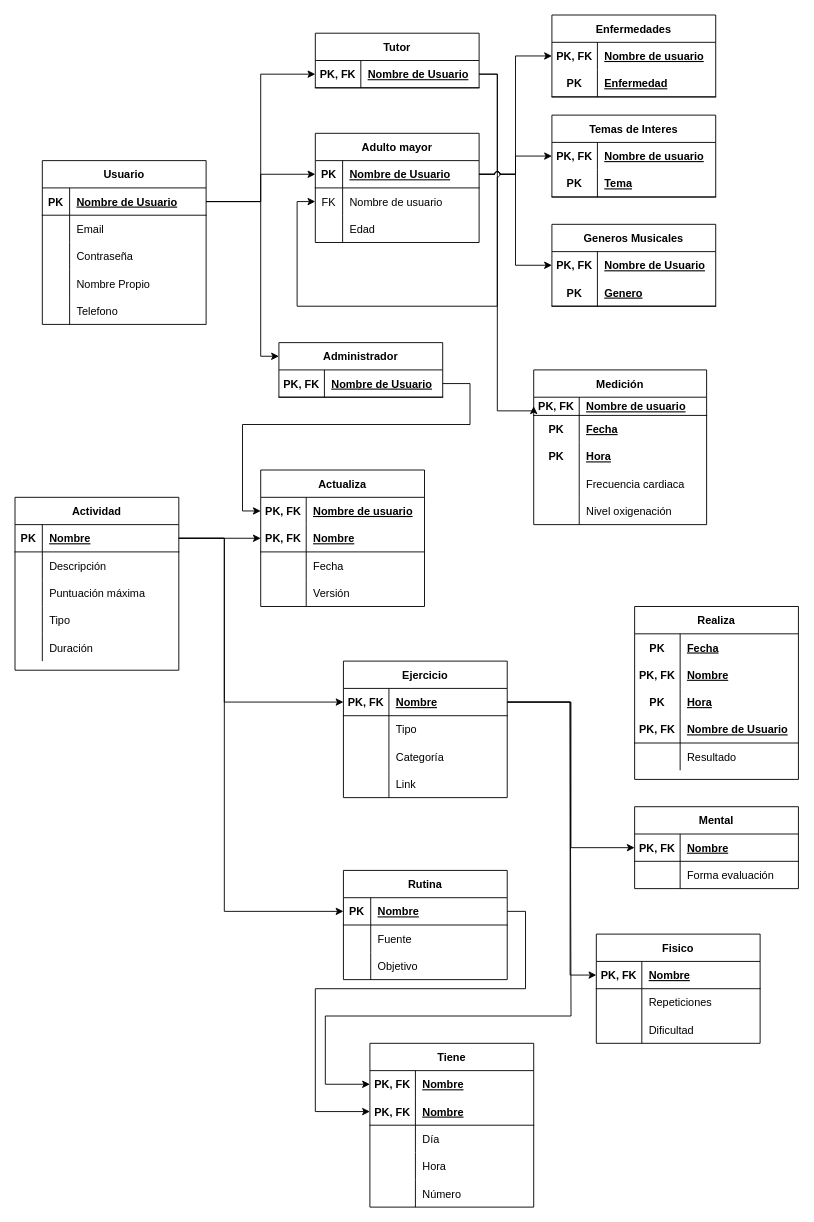
Before: page "Relacional" (2 of 4) of TrabajoTerminal.drawio in Christ-Veg/IngDeSoftware, a draw.io diagram. Source tidied: cells renumbered, new cells numbered last; positions are measured from the earlier drawing's top-left corner, leaving out a move shared by most shapes. Both pictures are drawn from the tidied source at 91%, with x=0, y=0 at pixel (15, 15).
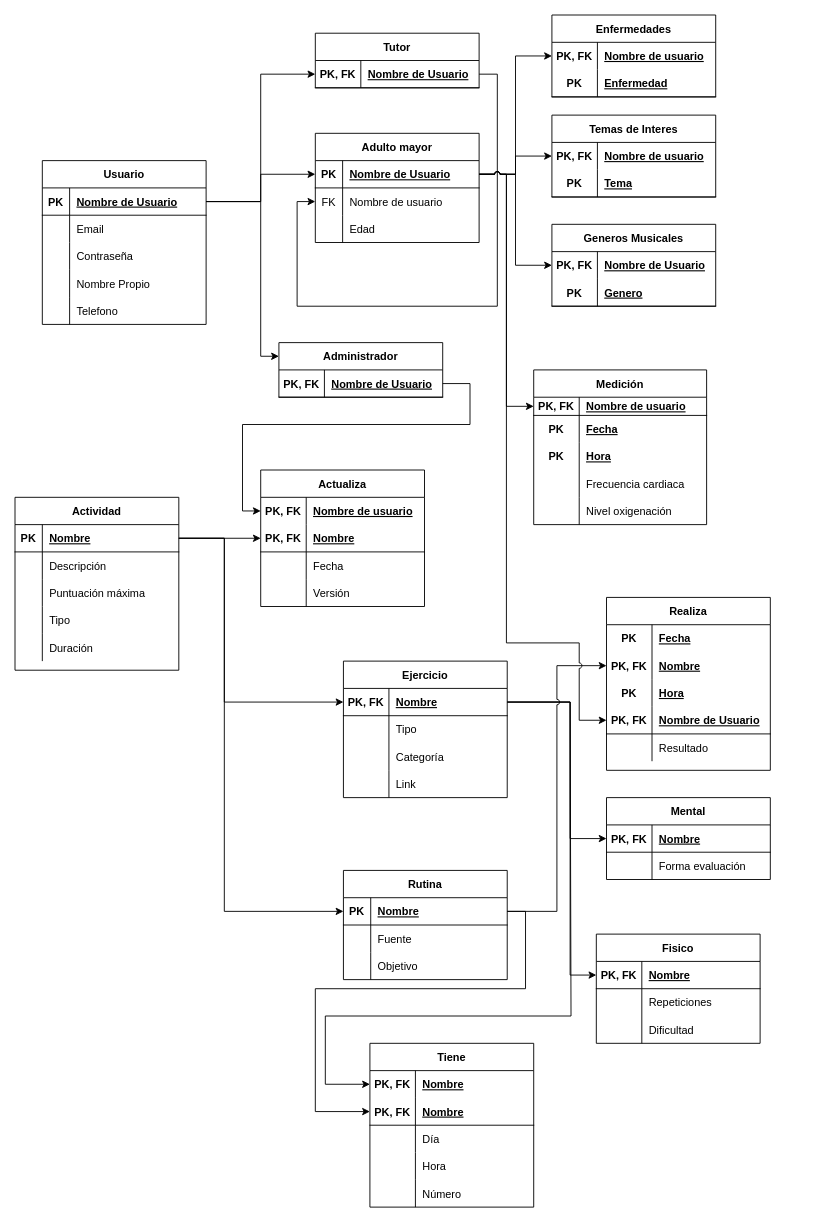
After the change.

Unchanged cells that the change refers to:
```xml
<mxCell id="19" style="shape=tableRow;horizontal=0;startSize=0;swimlaneHead=0;swimlaneBody=0;fillColor=none;points=[[0,0.5],[1,0.5]];portConstraint=eastwest;top=0;left=0;right=0;bottom=1;" parent="18" vertex="1">
  <mxGeometry y="30" width="180" height="30" as="geometry" />
</mxCell>
<mxCell id="27" style="shape=tableRow;horizontal=0;startSize=0;swimlaneHead=0;swimlaneBody=0;fillColor=none;points=[[0,0.5],[1,0.5]];portConstraint=eastwest;top=0;left=0;right=0;bottom=1;" parent="26" vertex="1">
  <mxGeometry y="30" width="180" height="30" as="geometry" />
</mxCell>
<mxCell id="65" style="shape=tableRow;horizontal=0;startSize=0;swimlaneHead=0;swimlaneBody=0;fillColor=none;points=[[0,0.5],[1,0.5]];portConstraint=eastwest;top=0;left=0;right=0;bottom=1;" parent="64" vertex="1">
  <mxGeometry y="30" width="190" height="20" as="geometry" />
</mxCell>
<mxCell id="113" style="shape=tableRow;horizontal=0;startSize=0;swimlaneHead=0;swimlaneBody=0;fillColor=none;points=[[0,0.5],[1,0.5]];portConstraint=eastwest;top=0;left=0;right=0;bottom=1;" parent="112" vertex="1">
  <mxGeometry y="30" width="180" height="30" as="geometry" />
</mxCell>
<mxCell id="126" style="shape=tableRow;horizontal=0;startSize=0;swimlaneHead=0;swimlaneBody=0;fillColor=none;points=[[0,0.5],[1,0.5]];portConstraint=eastwest;top=0;left=0;right=0;bottom=1;" parent="125" vertex="1">
  <mxGeometry y="30" width="180" height="30" as="geometry" />
</mxCell>
<mxCell id="139" style="shape=tableRow;horizontal=0;startSize=0;swimlaneHead=0;swimlaneBody=0;fillColor=none;points=[[0,0.5],[1,0.5]];portConstraint=eastwest;top=0;left=0;right=0;bottom=0;" parent="135" vertex="1">
  <mxGeometry y="60" width="180" height="30" as="geometry" />
</mxCell>
<mxCell id="145" style="shape=tableRow;horizontal=0;startSize=0;swimlaneHead=0;swimlaneBody=0;fillColor=none;points=[[0,0.5],[1,0.5]];portConstraint=eastwest;top=0;left=0;right=0;bottom=1;" parent="135" vertex="1">
  <mxGeometry y="120" width="180" height="30" as="geometry" />
</mxCell>
<mxCell id="152" style="shape=tableRow;horizontal=0;startSize=0;swimlaneHead=0;swimlaneBody=0;fillColor=none;points=[[0,0.5],[1,0.5]];portConstraint=eastwest;top=0;left=0;right=0;bottom=1;" parent="151" vertex="1">
  <mxGeometry y="30" width="180" height="30" as="geometry" />
</mxCell>
```

Change to the diagram source:
```diff
@@
-    <mxCell id="80" style="edgeStyle=orthogonalEdgeStyle;rounded=0;jumpStyle=arc;jettySize=auto;html=1;exitX=1;exitY=0.5;exitDx=0;exitDy=0;entryX=0;entryY=0.5;entryDx=0;entryDy=0;" parent="1" edge="1" source="19" target="65">
-      <mxGeometry relative="1" as="geometry">
-        <Array as="points">
-          <mxPoint x="530" y="65" />
-          <mxPoint x="530" y="435" />
-        </Array>
-      </mxGeometry>
-    </mxCell>
@@
     <mxCell id="135" value="Realiza" style="shape=table;startSize=30;childLayout=tableLayout;rowLines=0;fontStyle=1;align=center;" parent="1" vertex="1">
-      <mxGeometry x="680.9" y="650" width="180" height="190" as="geometry" />
+      <mxGeometry x="650" y="640" width="180" height="190" as="geometry" />
     </mxCell>
@@
     <mxCell id="151" value="Mental" style="shape=table;startSize=30;childLayout=tableLayout;rowLines=0;fontStyle=1;align=center;" parent="1" vertex="1">
-      <mxGeometry x="680.9" y="870" width="180" height="90" as="geometry" />
+      <mxGeometry x="650" y="860" width="180" height="90" as="geometry" />
     </mxCell>
@@
     <mxCell id="188" style="edgeStyle=orthogonalEdgeStyle;rounded=0;jettySize=auto;html=1;exitX=1;exitY=0.5;exitDx=0;exitDy=0;entryX=0;entryY=0.5;entryDx=0;entryDy=0;" parent="1" edge="1" source="113" target="152">
-      <mxGeometry relative="1" as="geometry" />
+      <mxGeometry relative="1" as="geometry">
+        <Array as="points">
+          <mxPoint x="610" y="755" />
+          <mxPoint x="610" y="905" />
+        </Array>
+      </mxGeometry>
     </mxCell>
@@
+    <mxCell id="190" style="edgeStyle=orthogonalEdgeStyle;rounded=0;jettySize=auto;html=1;exitX=1;exitY=0.5;exitDx=0;exitDy=0;entryX=0;entryY=0.5;entryDx=0;entryDy=0;jumpStyle=arc;" parent="1" edge="1" source="27" target="65">
+      <mxGeometry relative="1" as="geometry" />
+    </mxCell>
+    <mxCell id="191" style="edgeStyle=orthogonalEdgeStyle;rounded=0;jumpStyle=arc;jettySize=auto;html=1;exitX=1;exitY=0.5;exitDx=0;exitDy=0;entryX=0;entryY=0.5;entryDx=0;entryDy=0;" parent="1" edge="1" source="126" target="139">
+      <mxGeometry relative="1" as="geometry" />
+    </mxCell>
+    <mxCell id="192" style="edgeStyle=orthogonalEdgeStyle;rounded=0;jumpStyle=arc;jettySize=auto;html=1;exitX=1;exitY=0.5;exitDx=0;exitDy=0;entryX=0;entryY=0.5;entryDx=0;entryDy=0;" parent="1" edge="1" source="27" target="145">
+      <mxGeometry relative="1" as="geometry">
+        <Array as="points">
+          <mxPoint x="540" y="175" />
+          <mxPoint x="540" y="690" />
+          <mxPoint x="620" y="690" />
+          <mxPoint x="620" y="775" />
+        </Array>
+      </mxGeometry>
+    </mxCell>
```
